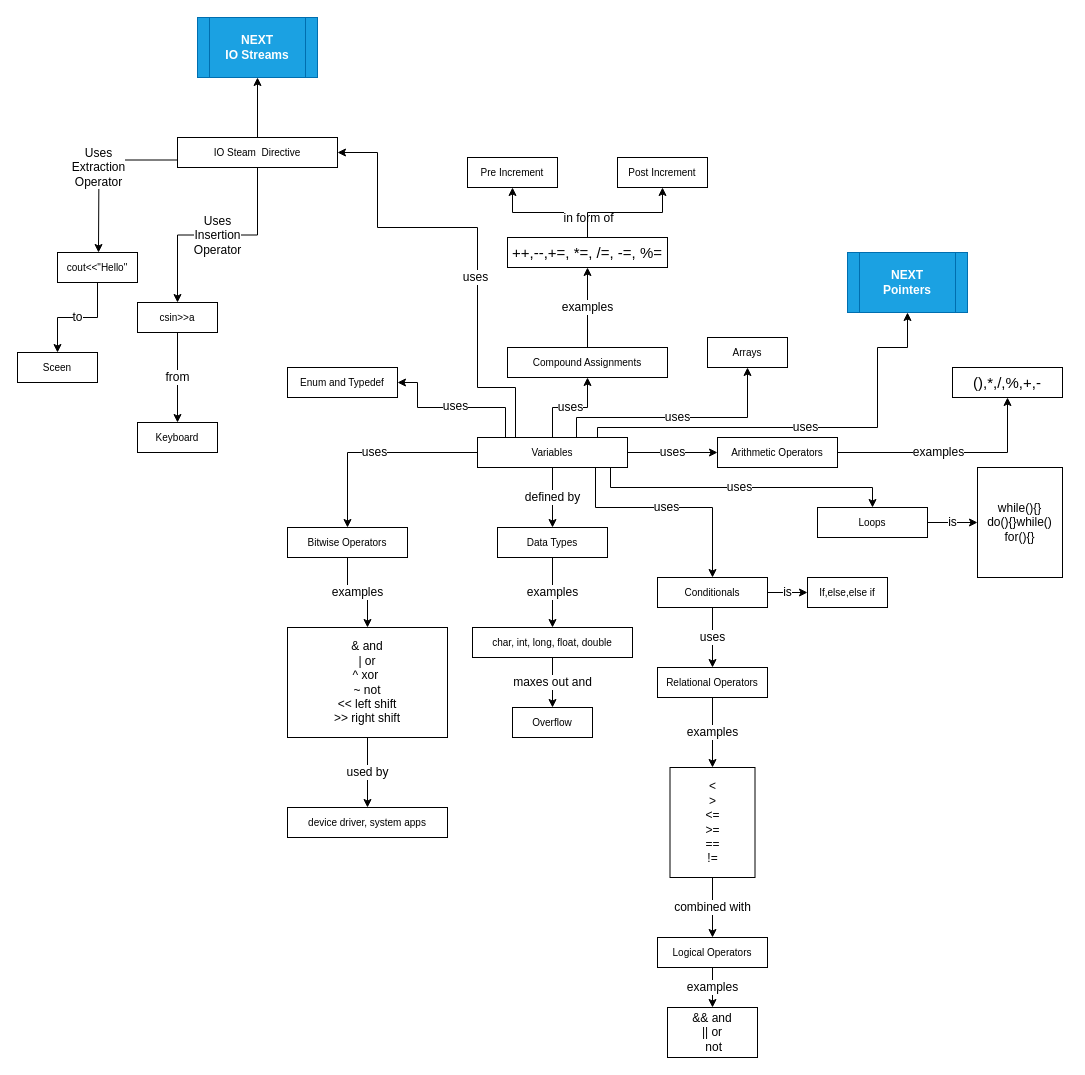
This is page "MindMap C++ (1)" (2 of 11) of revision/Supplementary/Mindmapcpp.drawio from BSCdfdff/LearnCppProgramming, a draw.io file, before an edit. Source tidied: cells renumbered, new cells numbered last; positions are measured from the earlier drawing's top-left corner, leaving out a move shared by most shapes. Both pictures are drawn from the tidied source at 100%, with x=0, y=0 at pixel (17, 17).
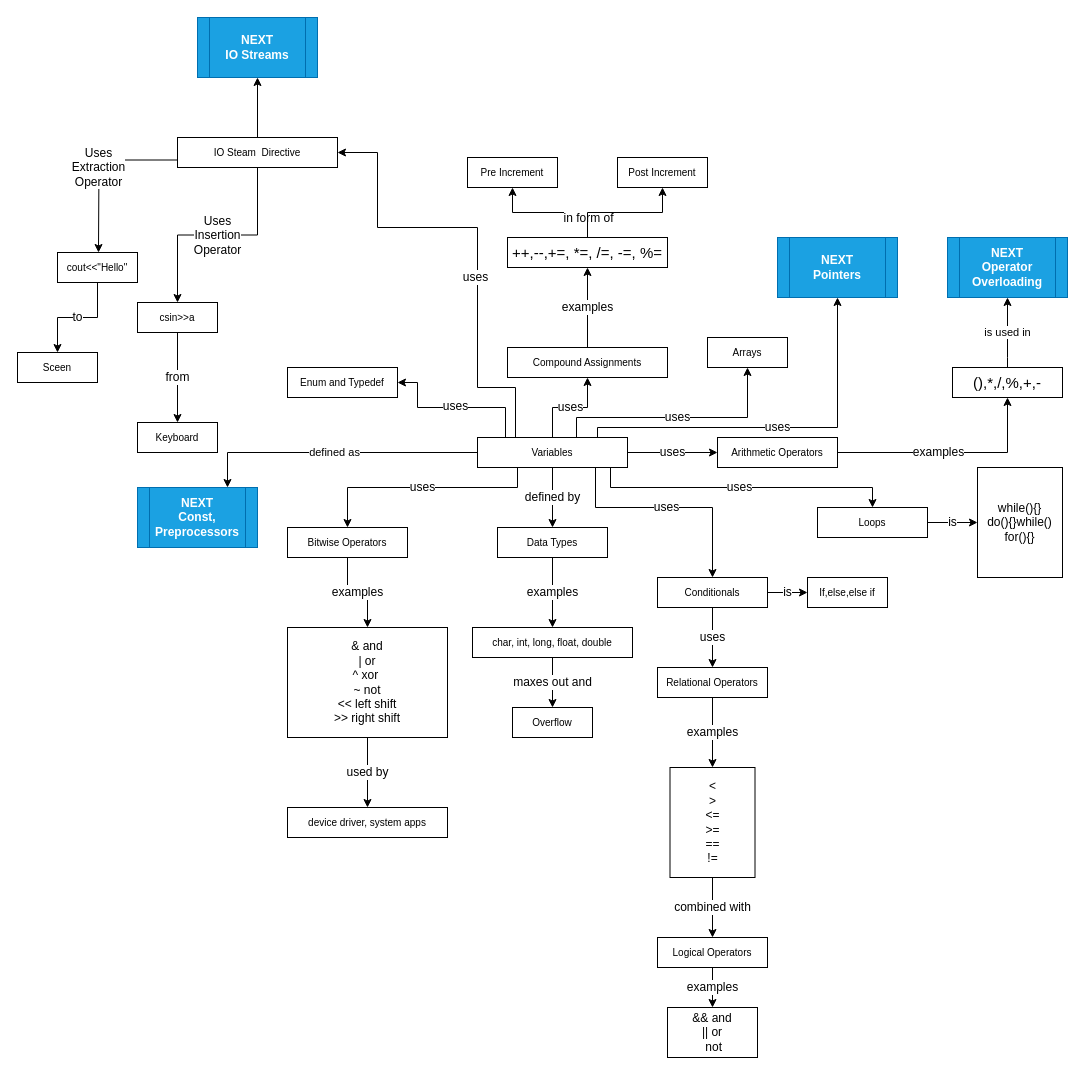
After the change.

Unchanged cells that the change refers to:
```xml
<mxCell id="18" value="&lt;font style=&quot;font-size: 15px&quot;&gt;(),*,/,%,+,-&lt;/font&gt;" style="rounded=0;whiteSpace=wrap;html=1;" parent="1" vertex="1">
  <mxGeometry x="935" y="350" width="110" height="30" as="geometry" />
</mxCell>
<mxCell id="30" value="&lt;span style=&quot;font-size: 10px&quot;&gt;Variables&lt;/span&gt;" style="rounded=0;whiteSpace=wrap;html=1;" parent="1" vertex="1">
  <mxGeometry x="460" y="420" width="150" height="30" as="geometry" />
</mxCell>
<mxCell id="36" value="&lt;span style=&quot;font-size: 10px&quot;&gt;Bitwise Operators&lt;/span&gt;" style="rounded=0;whiteSpace=wrap;html=1;" parent="1" vertex="1">
  <mxGeometry x="270" y="510" width="120" height="30" as="geometry" />
</mxCell>
```

Change to the diagram source:
```diff
@@
+    <mxCell id="64" value="is used in" style="edgeStyle=orthogonalEdgeStyle;rounded=0;jettySize=auto;html=1;exitX=0.5;exitY=0;exitDx=0;exitDy=0;entryX=0.5;entryY=1;entryDx=0;entryDy=0;" parent="1" edge="1" source="18" target="67">
+      <mxGeometry relative="1" as="geometry">
+        <Array as="points">
+          <mxPoint x="990" y="340" />
+          <mxPoint x="990" y="340" />
+        </Array>
+      </mxGeometry>
+    </mxCell>
@@
     <mxCell id="28" value="uses" style="edgeStyle=orthogonalEdgeStyle;rounded=0;jettySize=auto;html=1;fontSize=12;entryX=0.5;entryY=0;entryDx=0;entryDy=0;" parent="1" edge="1" source="30" target="36">
-      <mxGeometry relative="1" as="geometry" />
+      <mxGeometry relative="1" as="geometry">
+        <Array as="points">
+          <mxPoint x="500" y="470" />
+          <mxPoint x="330" y="470" />
+        </Array>
+      </mxGeometry>
     </mxCell>
@@
+    <mxCell id="65" value="defined as" style="edgeStyle=orthogonalEdgeStyle;rounded=0;jettySize=auto;html=1;entryX=0.75;entryY=0;entryDx=0;entryDy=0;" parent="1" edge="1" source="30" target="66">
+      <mxGeometry relative="1" as="geometry" />
+    </mxCell>
@@
     <mxCell id="61" value="uses" style="edgeStyle=orthogonalEdgeStyle;rounded=0;jettySize=auto;html=1;fontSize=12;entryX=0.5;entryY=1;entryDx=0;entryDy=0;" parent="1" edge="1" source="30" target="62">
       <mxGeometry relative="1" as="geometry">
         <Array as="points">
           <mxPoint x="580" y="410" />
-          <mxPoint x="860" y="410" />
-          <mxPoint x="860" y="330" />
-          <mxPoint x="890" y="330" />
+          <mxPoint x="820" y="410" />
         </Array>
       </mxGeometry>
     </mxCell>
     <mxCell id="62" value="&lt;font face=&quot;Montserrat&quot;&gt;NEXT&lt;br&gt;Pointers&lt;/font&gt;" style="shape=process;whiteSpace=wrap;html=1;backgroundOutline=1;rounded=0;shadow=0;fillColor=#1ba1e2;strokeColor=#006EAF;fontColor=#ffffff;fontStyle=1;" parent="1" vertex="1">
-      <mxGeometry x="830" y="235" width="120" height="60" as="geometry" />
+      <mxGeometry x="760" y="220" width="120" height="60" as="geometry" />
     </mxCell>
@@
+    <mxCell id="66" value="&lt;font face=&quot;Montserrat&quot;&gt;NEXT&lt;br&gt;Const,&lt;br&gt;Preprocessors&lt;br&gt;&lt;/font&gt;" style="shape=process;whiteSpace=wrap;html=1;backgroundOutline=1;rounded=0;shadow=0;fillColor=#1ba1e2;strokeColor=#006EAF;fontColor=#ffffff;fontStyle=1;" parent="1" vertex="1">
+      <mxGeometry x="120" y="470" width="120" height="60" as="geometry" />
+    </mxCell>
+    <mxCell id="67" value="&lt;font face=&quot;Montserrat&quot;&gt;NEXT&lt;br&gt;Operator&lt;br&gt;Overloading&lt;br&gt;&lt;/font&gt;" style="shape=process;whiteSpace=wrap;html=1;backgroundOutline=1;rounded=0;shadow=0;fillColor=#1ba1e2;strokeColor=#006EAF;fontColor=#ffffff;fontStyle=1;" parent="1" vertex="1">
+      <mxGeometry x="930" y="220" width="120" height="60" as="geometry" />
+    </mxCell>
```
